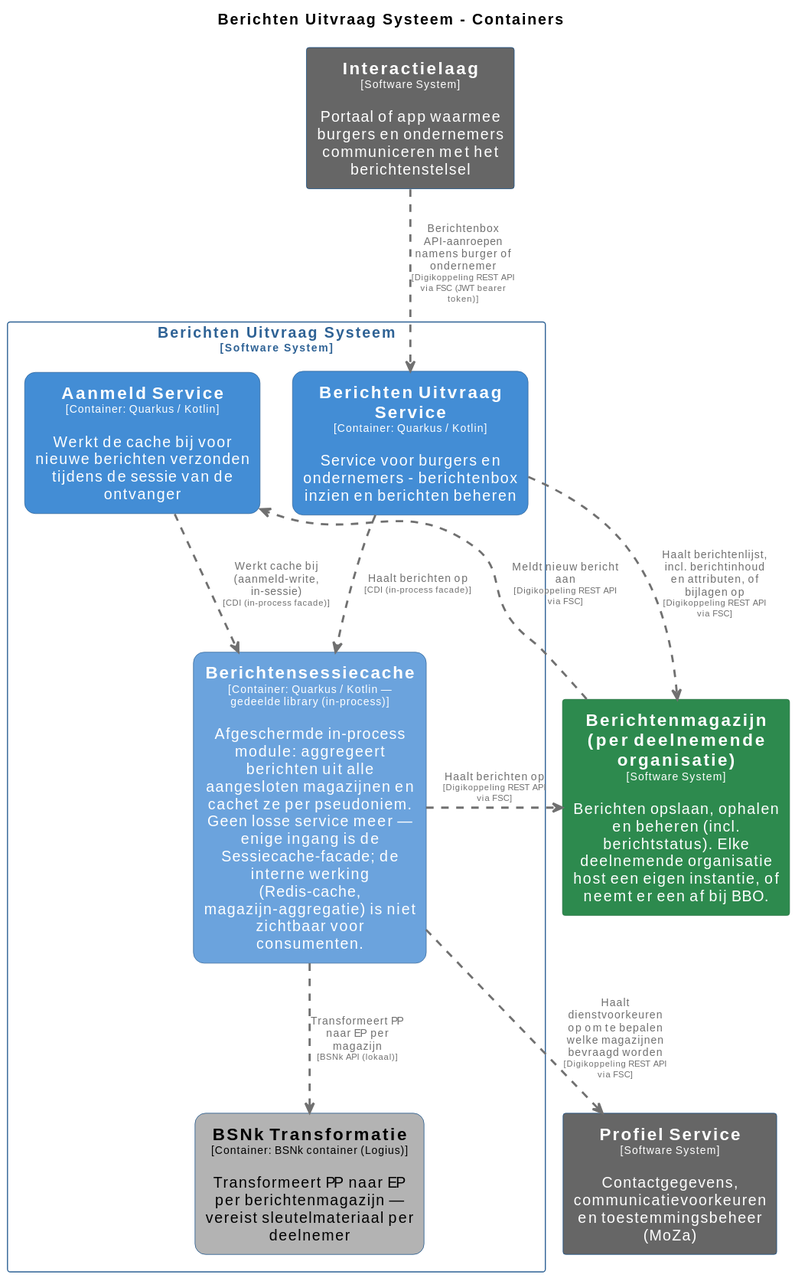
Before: master/svg/BerichtenUitvraagSysteemContainers.svg, a diagram exported from PlantUML (MinBZK/moza-poc-fbs-berichtenbox). Its source is kept beside it as master/puml/BerichtenUitvraagSysteemContainers.puml.
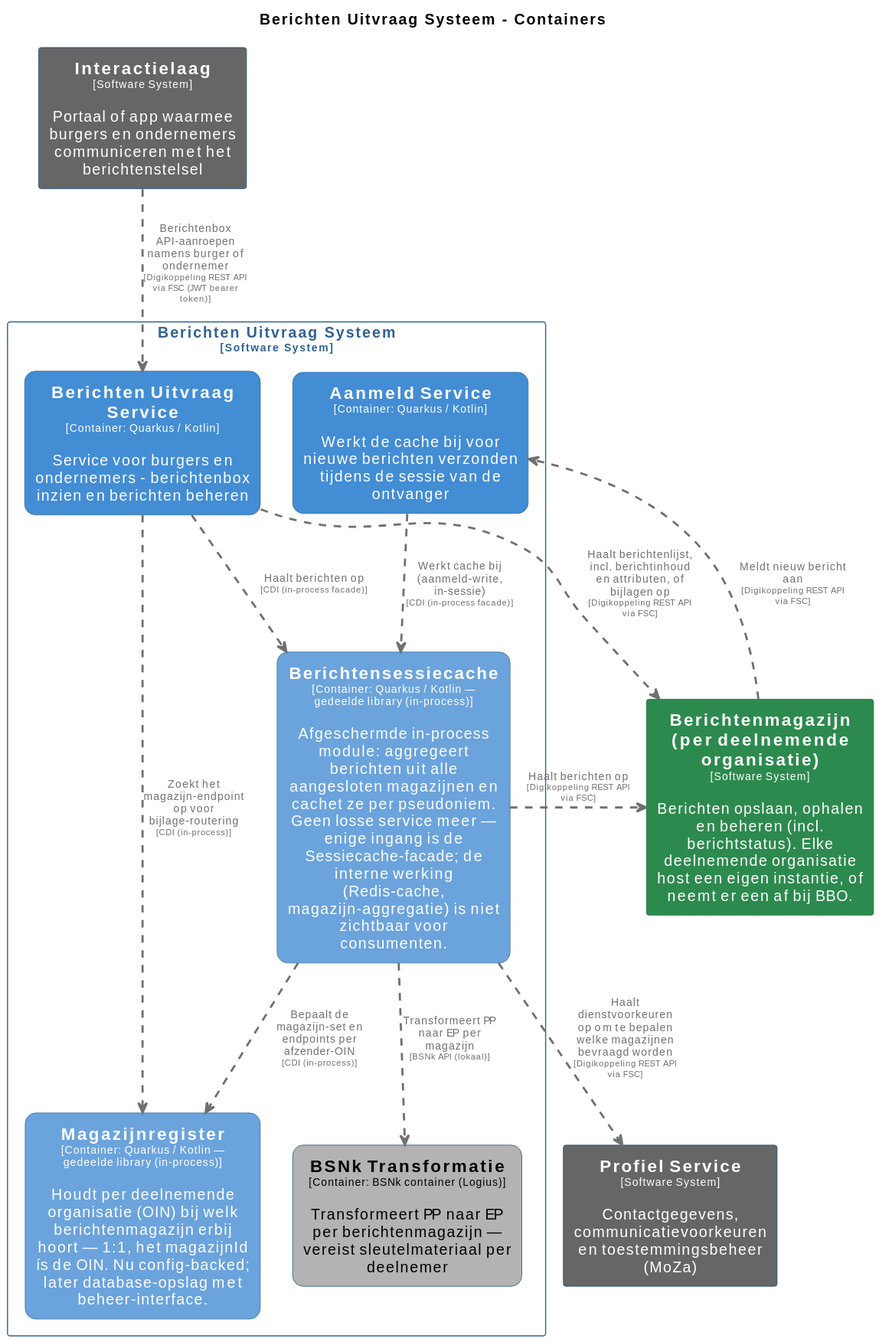
The same diagram one commit later.

Change to the diagram source:
```diff
@@ -55,6 +55,13 @@
   BorderColor #0b4884
   shadowing false
 }
+skinparam rectangle<<BerichtenUitvraagSysteem.Magazijnregister>> {
+  BackgroundColor #6ba3dd
+  FontColor #ffffff
+  BorderColor #2e6295
+  roundCorner 20
+  shadowing false
+}
 skinparam rectangle<<ProfielService>> {
   BackgroundColor #666666
   FontColor #ffffff
@@ -76,14 +83,17 @@
   rectangle "==Berichten Uitvraag Service\n<size:10>[Container: Quarkus / Kotlin]</size>\n\nService voor burgers en ondernemers - berichtenbox inzien en berichten beheren" <<BerichtenUitvraagSysteem.BerichtenUitvraagService>> as BerichtenUitvraagSysteem.BerichtenUitvraagService
   rectangle "==BSNk Transformatie\n<size:10>[Container: BSNk container (Logius)]</size>\n\nTransformeert PP naar EP per berichtenmagazijn — vereist sleutelmateriaal per deelnemer" <<BerichtenUitvraagSysteem.BSNkTransformatie>> as BerichtenUitvraagSysteem.BSNkTransformatie
   rectangle "==Aanmeld Service\n<size:10>[Container: Quarkus / Kotlin]</size>\n\nWerkt de cache bij voor nieuwe berichten verzonden tijdens de sessie van de ontvanger" <<BerichtenUitvraagSysteem.AanmeldService>> as BerichtenUitvraagSysteem.AanmeldService
+  rectangle "==Magazijnregister\n<size:10>[Container: Quarkus / Kotlin — gedeelde library (in-process)]</size>\n\nHoudt per deelnemende organisatie (OIN) bij welk berichtenmagazijn erbij hoort — 1:1, het magazijnId ís de OIN. Nu config-backed; later database-opslag met beheer-interface." <<BerichtenUitvraagSysteem.Magazijnregister>> as BerichtenUitvraagSysteem.Magazijnregister
 }
 
+BerichtenUitvraagSysteem.BerichtenUitvraagService .[#707070,thickness=2].> Berichtenmagazijnperdeelnemendeorganisatie : "<color:#707070>Haalt berichtenlijst, incl. berichtinhoud en attributen, of bijlagen op\n<color:#707070><size:8>[Digikoppeling REST API via FSC]</size>"
 Berichtenmagazijnperdeelnemendeorganisatie .[#707070,thickness=2].> BerichtenUitvraagSysteem.AanmeldService : "<color:#707070>Meldt nieuw bericht aan\n<color:#707070><size:8>[Digikoppeling REST API via FSC]</size>"
 BerichtenUitvraagSysteem.Berichtensessiecache .[#707070,thickness=2].> ProfielService : "<color:#707070>Haalt dienstvoorkeuren op om te bepalen welke magazijnen bevraagd worden\n<color:#707070><size:8>[Digikoppeling REST API via FSC]</size>"
 BerichtenUitvraagSysteem.Berichtensessiecache .[#707070,thickness=2].> Berichtenmagazijnperdeelnemendeorganisatie : "<color:#707070>Haalt berichten op\n<color:#707070><size:8>[Digikoppeling REST API via FSC]</size>"
 BerichtenUitvraagSysteem.Berichtensessiecache .[#707070,thickness=2].> BerichtenUitvraagSysteem.BSNkTransformatie : "<color:#707070>Transformeert PP naar EP per magazijn\n<color:#707070><size:8>[BSNk API (lokaal)]</size>"
 BerichtenUitvraagSysteem.AanmeldService .[#707070,thickness=2].> BerichtenUitvraagSysteem.Berichtensessiecache : "<color:#707070>Werkt cache bij (aanmeld-write, in-sessie)\n<color:#707070><size:8>[CDI (in-process facade)]</size>"
 BerichtenUitvraagSysteem.BerichtenUitvraagService .[#707070,thickness=2].> BerichtenUitvraagSysteem.Berichtensessiecache : "<color:#707070>Haalt berichten op\n<color:#707070><size:8>[CDI (in-process facade)]</size>"
+BerichtenUitvraagSysteem.Berichtensessiecache .[#707070,thickness=2].> BerichtenUitvraagSysteem.Magazijnregister : "<color:#707070>Bepaalt de magazijn-set en endpoints per afzender-OIN\n<color:#707070><size:8>[CDI (in-process)]</size>"
+BerichtenUitvraagSysteem.BerichtenUitvraagService .[#707070,thickness=2].> BerichtenUitvraagSysteem.Magazijnregister : "<color:#707070>Zoekt het magazijn-endpoint op voor bijlage-routering\n<color:#707070><size:8>[CDI (in-process)]</size>"
 Interactielaag .[#707070,thickness=2].> BerichtenUitvraagSysteem.BerichtenUitvraagService : "<color:#707070>Berichtenbox API-aanroepen namens burger of ondernemer\n<color:#707070><size:8>[Digikoppeling REST API via FSC (JWT bearer token)]</size>"
-BerichtenUitvraagSysteem.BerichtenUitvraagService .[#707070,thickness=2].> Berichtenmagazijnperdeelnemendeorganisatie : "<color:#707070>Haalt berichtenlijst, incl. berichtinhoud en attributen, of bijlagen op\n<color:#707070><size:8>[Digikoppeling REST API via FSC]</size>"
 @enduml
```
